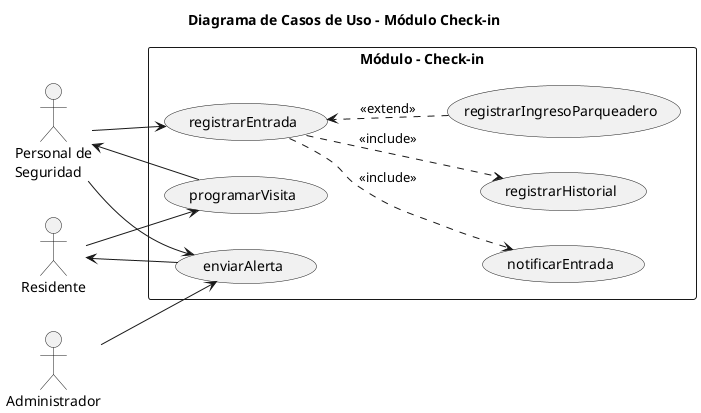
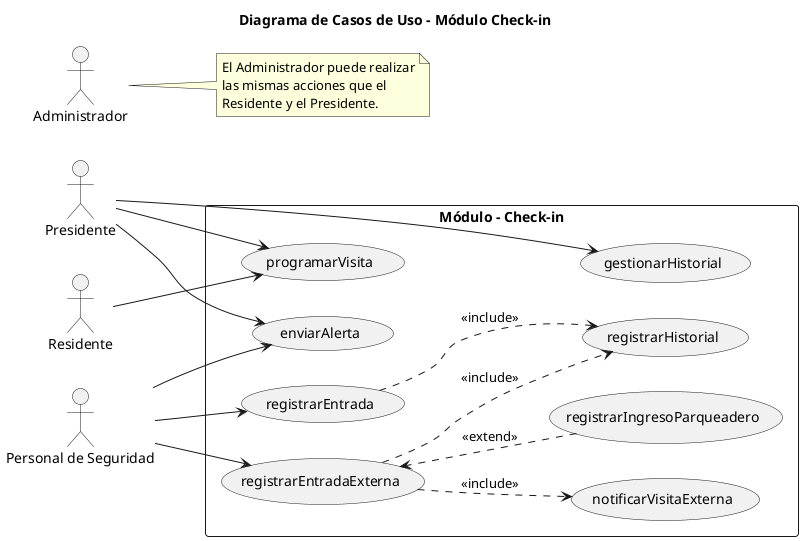
@startuml
left to right direction

title Diagrama de Casos de Uso - Módulo Check-in

+ actor "Residente" as Residente
+ actor "Presidente" as Presidente
+ actor "Personal de Seguridad" as Seguridad
actor "Administrador" as Administrador
- actor "Personal de\nSeguridad" as Seguridad
- actor "Residente" as Residente

rectangle "Módulo - Check-in" {

  usecase "enviarAlerta" as enviarAlerta
  usecase "programarVisita" as programarVisita
+ 
  usecase "registrarEntrada" as registrarEntrada
+   usecase "registrarEntradaExterna" as registrarEntradaExterna

-   usecase "notificarEntrada" as notificarEntrada
+   usecase "notificarVisitaExterna" as notificarVisitaExterna
  usecase "registrarHistorial" as registrarHistorial
  usecase "registrarIngresoParqueadero" as registrarIngresoParqueadero
+   usecase "gestionarHistorial" as gestionarHistorial

-   registrarEntrada -[hidden]right- notificarEntrada
-   notificarEntrada -[hidden]right- registrarHistorial
+   registrarEntrada -[hidden]right- registrarEntradaExterna
+   registrarEntradaExterna -[hidden]right- notificarVisitaExterna
+   notificarVisitaExterna -[hidden]right- registrarHistorial
  registrarHistorial -[hidden]right- registrarIngresoParqueadero
+   registrarIngresoParqueadero -[hidden]right- gestionarHistorial

}

- Administrador --> enviarAlerta
+ Presidente --> enviarAlerta
+ Presidente --> programarVisita
+ Presidente --> gestionarHistorial

+ Seguridad --> enviarAlerta
Seguridad --> registrarEntrada
- programarVisita --> Seguridad
- Seguridad --> enviarAlerta
+ Seguridad --> registrarEntradaExterna

Residente --> programarVisita
- enviarAlerta --> Residente

- registrarEntrada ..> notificarEntrada : <<include>>
registrarEntrada ..> registrarHistorial : <<include>>
- registrarIngresoParqueadero ..> registrarEntrada : <<extend>>
+ 
+ registrarEntradaExterna ..> notificarVisitaExterna : <<include>>
+ registrarEntradaExterna ..> registrarHistorial : <<include>>
+ 
+ registrarIngresoParqueadero ..> registrarEntradaExterna : <<extend>>
+ 
+ note right of Administrador
+   El Administrador puede realizar
+   las mismas acciones que el
+   Residente y el Presidente.
+ end note

@enduml